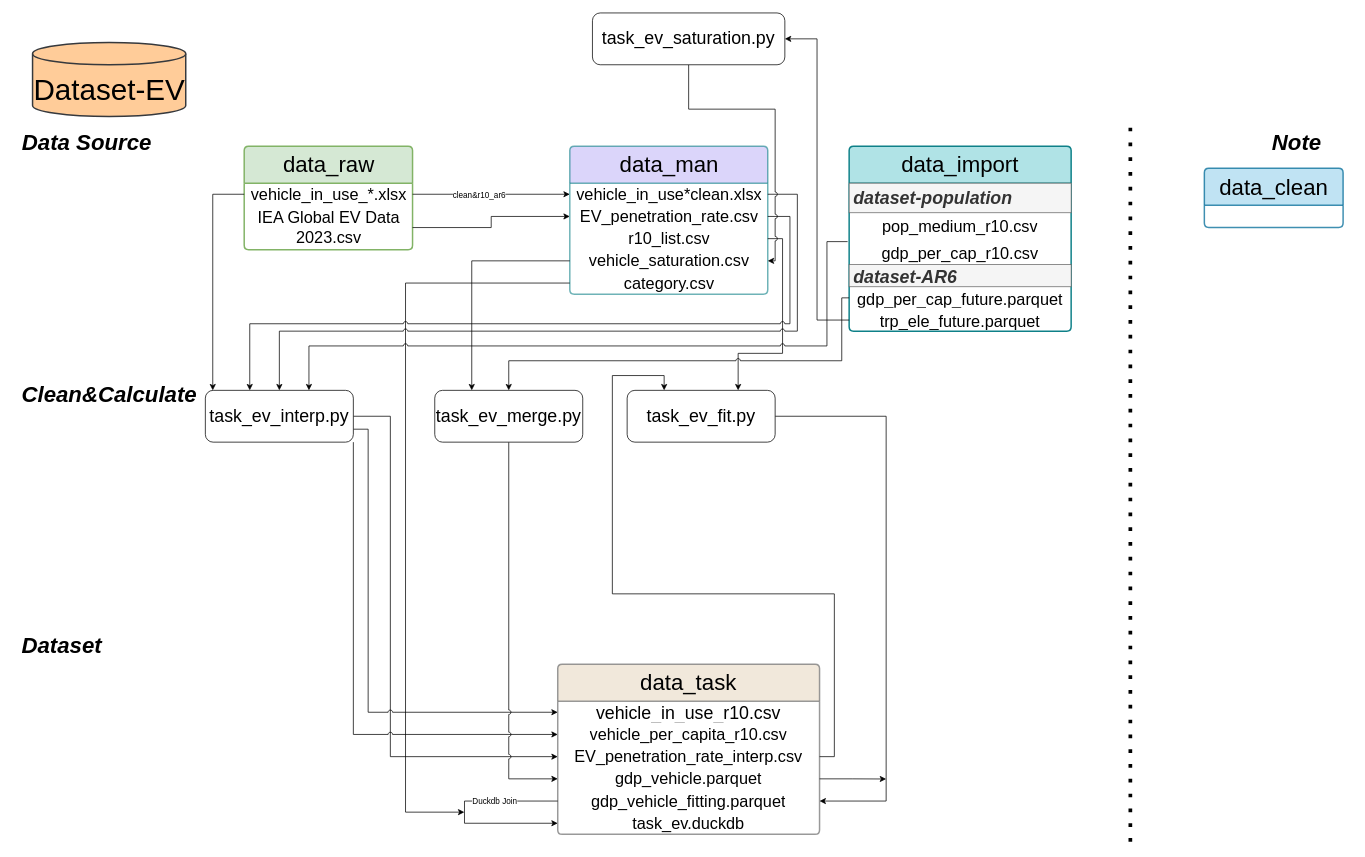
jenchen95/dataset-EV keeps this draw.io diagram as structure.drawio. Above is the earlier version. Source tidied: cells renumbered, new cells numbered last; positions are measured from the earlier drawing's top-left corner, leaving out a move shared by most shapes. Both pictures are drawn from the tidied source at 74%, with x=0, y=0 at pixel (13, 13).
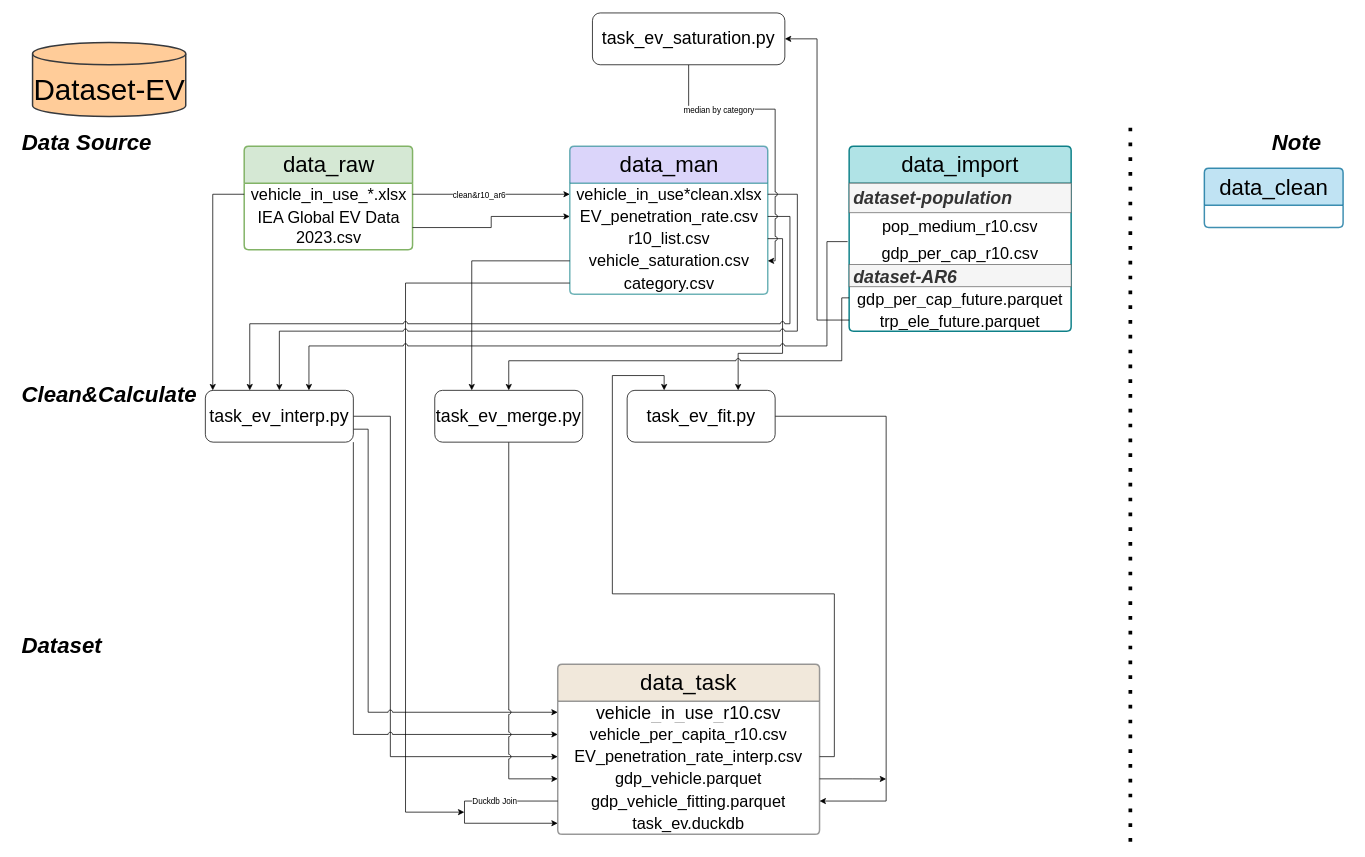
After the change.

Unchanged cells that the change refers to:
```xml
<mxCell id="56" style="edgeStyle=orthogonalEdgeStyle;rounded=0;jettySize=auto;html=1;exitX=0.5;exitY=1;exitDx=0;exitDy=0;entryX=1;entryY=0.5;entryDx=0;entryDy=0;jumpStyle=arc;" parent="1" edge="1" source="57" target="20">
  <mxGeometry relative="1" as="geometry">
    <Array as="points">
      <mxPoint x="913" y="130" />
      <mxPoint x="1030" y="130" />
      <mxPoint x="1030" y="335" />
    </Array>
  </mxGeometry>
</mxCell>
```

Diff of the diagram source:
```diff
@@
+    <mxCell id="59" value="median by category" style="edgeLabel;html=1;align=center;verticalAlign=middle;" parent="56" vertex="1">
+      <mxGeometry x="-0.49" y="-1" relative="1" as="geometry" />
+    </mxCell>
```
